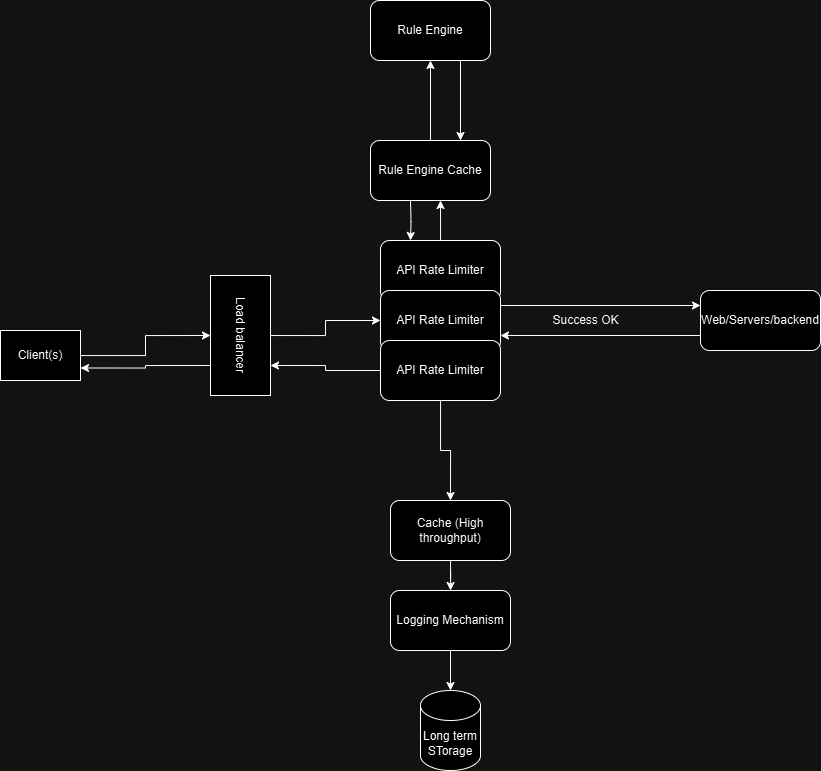
Above: RateLimitter.drawio.png in NITHISH-KUMAR-R/System-design (draw.io), before the change. Source tidied: cells renumbered, new cells last; positions are measured from the earlier drawing's top-left corner, leaving out a move shared by most shapes. Source of this version:
```xml
<mxGraphModel>
  <root>
    <mxCell id="0" />
    <mxCell id="1" parent="0" />
    <mxCell id="2" style="edgeStyle=orthogonalEdgeStyle;rounded=0;jettySize=auto;html=1;entryX=0.5;entryY=1;entryDx=0;entryDy=0;" parent="1" edge="1" source="3" target="12">
      <mxGeometry relative="1" as="geometry" />
    </mxCell>
    <mxCell id="3" value="Client(s)" style="rounded=0;whiteSpace=wrap;html=1;" parent="1" vertex="1">
      <mxGeometry y="330" width="80" height="50" as="geometry" />
    </mxCell>
    <mxCell id="4" style="edgeStyle=orthogonalEdgeStyle;rounded=0;jettySize=auto;html=1;" parent="1" edge="1" source="5">
      <mxGeometry relative="1" as="geometry">
        <mxPoint x="440" y="200" as="targetPoint" />
      </mxGeometry>
    </mxCell>
    <mxCell id="5" value="API Rate Limiter" style="rounded=1;whiteSpace=wrap;html=1;" parent="1" vertex="1">
      <mxGeometry x="380" y="240" width="120" height="60" as="geometry" />
    </mxCell>
    <mxCell id="6" style="edgeStyle=orthogonalEdgeStyle;rounded=0;jettySize=auto;html=1;exitX=1;exitY=0.25;exitDx=0;exitDy=0;entryX=0;entryY=0.25;entryDx=0;entryDy=0;" parent="1" edge="1" source="7" target="19">
      <mxGeometry relative="1" as="geometry" />
    </mxCell>
    <mxCell id="7" value="API Rate Limiter" style="rounded=1;whiteSpace=wrap;html=1;" parent="1" vertex="1">
      <mxGeometry x="380" y="290" width="120" height="60" as="geometry" />
    </mxCell>
    <mxCell id="8" style="edgeStyle=orthogonalEdgeStyle;rounded=0;jettySize=auto;html=1;entryX=0.75;entryY=0;entryDx=0;entryDy=0;" parent="1" edge="1" source="9" target="12">
      <mxGeometry relative="1" as="geometry" />
    </mxCell>
    <mxCell id="9" value="API Rate Limiter" style="rounded=1;whiteSpace=wrap;html=1;" parent="1" vertex="1">
      <mxGeometry x="380" y="340" width="120" height="60" as="geometry" />
    </mxCell>
    <mxCell id="10" style="edgeStyle=orthogonalEdgeStyle;rounded=0;jettySize=auto;html=1;exitX=0.75;exitY=1;exitDx=0;exitDy=0;entryX=1;entryY=0.75;entryDx=0;entryDy=0;" parent="1" edge="1" source="12" target="3">
      <mxGeometry relative="1" as="geometry" />
    </mxCell>
    <mxCell id="11" style="edgeStyle=orthogonalEdgeStyle;rounded=0;jettySize=auto;html=1;entryX=0;entryY=0.5;entryDx=0;entryDy=0;" parent="1" edge="1" source="12" target="7">
      <mxGeometry relative="1" as="geometry" />
    </mxCell>
    <mxCell id="12" value="Load balancer" style="rounded=0;whiteSpace=wrap;html=1;rotation=90;" parent="1" vertex="1">
      <mxGeometry x="180" y="305" width="120" height="60" as="geometry" />
    </mxCell>
    <mxCell id="13" style="edgeStyle=orthogonalEdgeStyle;rounded=0;jettySize=auto;html=1;exitX=0.25;exitY=1;exitDx=0;exitDy=0;entryX=0.25;entryY=0;entryDx=0;entryDy=0;" parent="1" edge="1" target="5">
      <mxGeometry relative="1" as="geometry">
        <mxPoint x="410" y="200" as="sourcePoint" />
      </mxGeometry>
    </mxCell>
    <mxCell id="14" style="edgeStyle=orthogonalEdgeStyle;rounded=0;jettySize=auto;html=1;" parent="1" edge="1" source="15" target="17">
      <mxGeometry relative="1" as="geometry" />
    </mxCell>
    <mxCell id="15" value="Rule Engine Cache" style="rounded=1;whiteSpace=wrap;html=1;" parent="1" vertex="1">
      <mxGeometry x="370" y="140" width="120" height="60" as="geometry" />
    </mxCell>
    <mxCell id="16" style="edgeStyle=orthogonalEdgeStyle;rounded=0;jettySize=auto;html=1;exitX=0.75;exitY=1;exitDx=0;exitDy=0;entryX=0.75;entryY=0;entryDx=0;entryDy=0;" parent="1" edge="1" source="17" target="15">
      <mxGeometry relative="1" as="geometry" />
    </mxCell>
    <mxCell id="17" value="Rule Engine" style="whiteSpace=wrap;html=1;rounded=1;" parent="1" vertex="1">
      <mxGeometry x="370" width="120" height="60" as="geometry" />
    </mxCell>
    <mxCell id="18" style="edgeStyle=orthogonalEdgeStyle;rounded=0;jettySize=auto;html=1;exitX=0;exitY=0.75;exitDx=0;exitDy=0;entryX=1;entryY=0.75;entryDx=0;entryDy=0;" parent="1" edge="1" source="19" target="7">
      <mxGeometry relative="1" as="geometry" />
    </mxCell>
    <mxCell id="19" value="Web/Servers/backend" style="whiteSpace=wrap;html=1;rounded=1;" parent="1" vertex="1">
      <mxGeometry x="700" y="290" width="120" height="60" as="geometry" />
    </mxCell>
    <mxCell id="20" style="edgeStyle=orthogonalEdgeStyle;rounded=0;jettySize=auto;html=1;entryX=0.5;entryY=0;entryDx=0;entryDy=0;entryPerimeter=0;" parent="1" edge="1" source="9" target="22">
      <mxGeometry relative="1" as="geometry" />
    </mxCell>
    <mxCell id="21" style="edgeStyle=orthogonalEdgeStyle;rounded=0;jettySize=auto;html=1;" parent="1" edge="1" source="22" target="24">
      <mxGeometry relative="1" as="geometry" />
    </mxCell>
    <mxCell id="22" value="Cache (High throughput)" style="rounded=1;whiteSpace=wrap;html=1;" parent="1" vertex="1">
      <mxGeometry x="390" y="500" width="120" height="60" as="geometry" />
    </mxCell>
    <mxCell id="23" style="edgeStyle=orthogonalEdgeStyle;rounded=0;jettySize=auto;html=1;" parent="1" edge="1" source="24" target="25">
      <mxGeometry relative="1" as="geometry" />
    </mxCell>
    <mxCell id="24" value="Logging Mechanism" style="rounded=1;whiteSpace=wrap;html=1;" parent="1" vertex="1">
      <mxGeometry x="390" y="590" width="120" height="60" as="geometry" />
    </mxCell>
    <mxCell id="25" value="Long term STorage" style="shape=cylinder3;whiteSpace=wrap;html=1;boundedLbl=1;backgroundOutline=1;size=15;" parent="1" vertex="1">
      <mxGeometry x="420" y="690" width="60" height="80" as="geometry" />
    </mxCell>
    <mxCell id="26" value="Success OK" style="text;html=1;align=center;verticalAlign=middle;strokeColor=none;fillColor=none;" parent="1" vertex="1">
      <mxGeometry x="540" y="305" width="90" height="30" as="geometry" />
    </mxCell>
  </root>
</mxGraphModel>
```
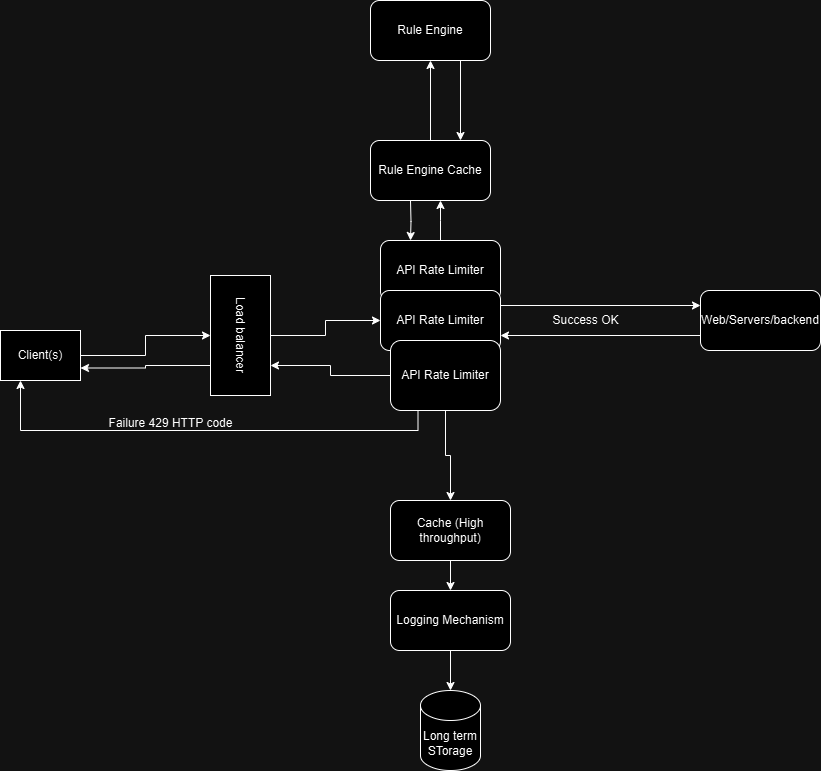
After the change.

The edit, as a diff of the source:
```diff
@@ -25,8 +25,11 @@
     <mxCell id="8" style="edgeStyle=orthogonalEdgeStyle;rounded=0;jettySize=auto;html=1;entryX=0.75;entryY=0;entryDx=0;entryDy=0;" parent="1" edge="1" source="9" target="12">
       <mxGeometry relative="1" as="geometry" />
     </mxCell>
+    <mxCell id="27" style="edgeStyle=orthogonalEdgeStyle;rounded=0;jettySize=auto;html=1;exitX=0.25;exitY=1;exitDx=0;exitDy=0;entryX=0.25;entryY=1;entryDx=0;entryDy=0;" parent="1" edge="1" source="9" target="3">
+      <mxGeometry relative="1" as="geometry" />
+    </mxCell>
     <mxCell id="9" value="API Rate Limiter" style="rounded=1;whiteSpace=wrap;html=1;" parent="1" vertex="1">
-      <mxGeometry x="380" y="340" width="120" height="60" as="geometry" />
+      <mxGeometry x="390" y="340" width="110" height="70" as="geometry" />
     </mxCell>
     <mxCell id="10" style="edgeStyle=orthogonalEdgeStyle;rounded=0;jettySize=auto;html=1;exitX=0.75;exitY=1;exitDx=0;exitDy=0;entryX=1;entryY=0.75;entryDx=0;entryDy=0;" parent="1" edge="1" source="12" target="3">
       <mxGeometry relative="1" as="geometry" />
@@ -81,5 +84,8 @@
     <mxCell id="26" value="Success OK" style="text;html=1;align=center;verticalAlign=middle;strokeColor=none;fillColor=none;" parent="1" vertex="1">
       <mxGeometry x="540" y="305" width="90" height="30" as="geometry" />
     </mxCell>
+    <mxCell id="28" value="Failure 429 HTTP code" style="text;html=1;align=center;verticalAlign=middle;strokeColor=none;fillColor=none;" parent="1" vertex="1">
+      <mxGeometry x="95" y="408" width="150" height="30" as="geometry" />
+    </mxCell>
   </root>
 </mxGraphModel>
```
